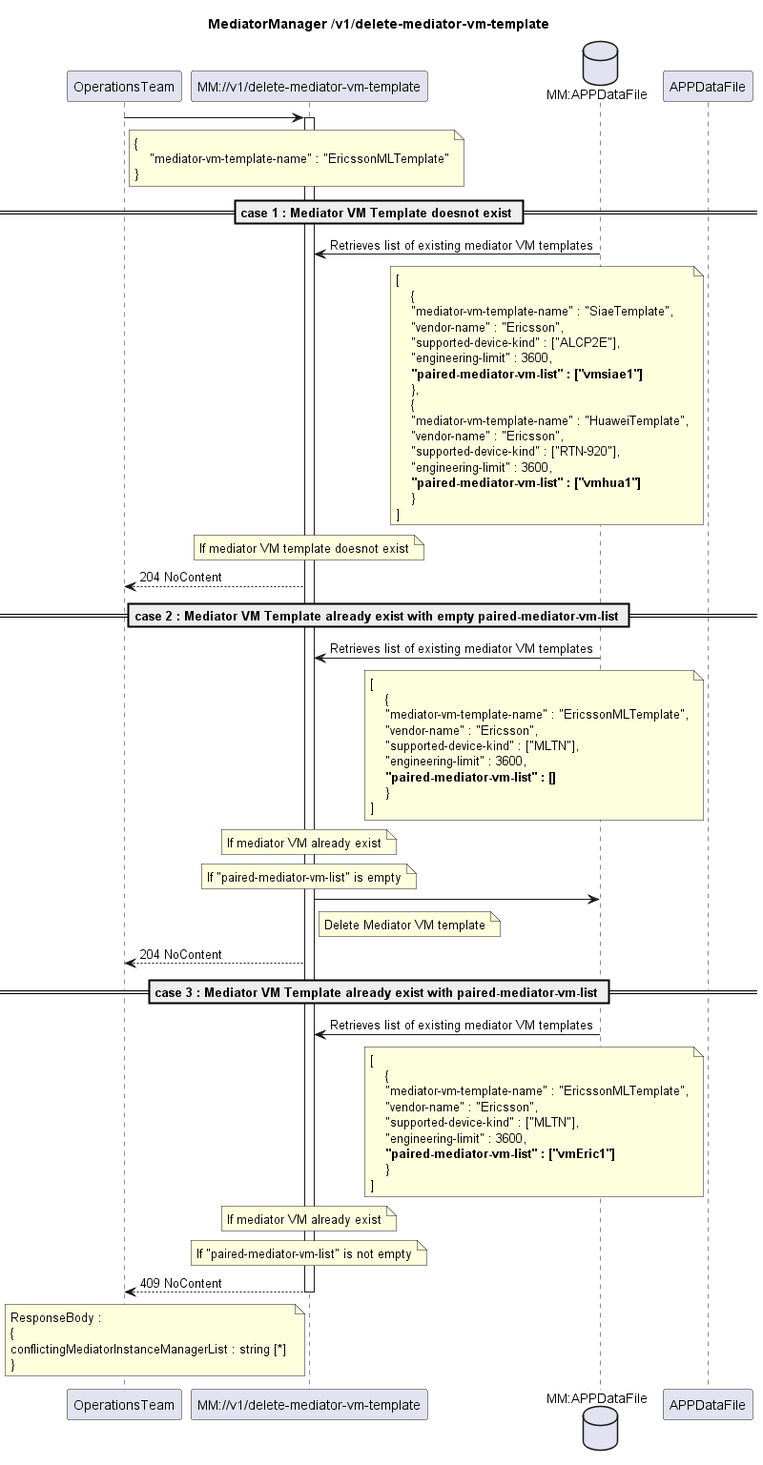
The PlantUML diagram spec/diagrams/MediatorVMtemplate/DeleteMediatorVmTemplate.png in openBackhaul/MediatorManager, before a commit. Its diagram source:
```plantuml
@startuml DeleteMediatorVmTemplate
skinparam responseMessageBelowArrow true

title
MediatorManager /v1/delete-mediator-vm-template
end title

participant "OperationsTeam" as OT
participant "MM://v1/delete-mediator-vm-template" as MM
database "MM:APPDataFile" as AppData

OT -> MM :
note right OT
    {
        "mediator-vm-template-name" : "EricssonMLTemplate"
    }
end note
activate MM

== case 1 : Mediator VM Template doesnot exist ==
AppData -> MM : Retrieves list of existing mediator VM templates
note left APPDataFile
[
    {
    "mediator-vm-template-name" : "SiaeTemplate",
    "vendor-name" : "Ericsson",
    "supported-device-kind" : ["ALCP2E"],
    "engineering-limit" : 3600,
    <b>"paired-mediator-vm-list" : ["vmsiae1"]
    },
    {
    "mediator-vm-template-name" : "HuaweiTemplate",
    "vendor-name" : "Ericsson",
    "supported-device-kind" : ["RTN-920"],
    "engineering-limit" : 3600,
    <b>"paired-mediator-vm-list" : ["vmhua1"]
    }
]
end note
note over MM
   If mediator VM template doesnot exist
end note

MM --> OT : 204 NoContent

== case 2 : Mediator VM Template already exist with empty paired-mediator-vm-list ==
AppData -> MM : Retrieves list of existing mediator VM templates
note left APPDataFile
[
    {
    "mediator-vm-template-name" : "EricssonMLTemplate",
    "vendor-name" : "Ericsson",
    "supported-device-kind" : ["MLTN"],
    "engineering-limit" : 3600,
    <b>"paired-mediator-vm-list" : []
    }
]
end note
note over MM
   If mediator VM already exist
end note
note over MM
   If "paired-mediator-vm-list" is empty
end note
MM -> AppData :
note right MM
   Delete Mediator VM template
end note
MM --> OT : 204 NoContent

== case 3 : Mediator VM Template already exist with paired-mediator-vm-list ==
AppData -> MM : Retrieves list of existing mediator VM templates
note left APPDataFile
[
    {
    "mediator-vm-template-name" : "EricssonMLTemplate",
    "vendor-name" : "Ericsson",
    "supported-device-kind" : ["MLTN"],
    "engineering-limit" : 3600,
    <b>"paired-mediator-vm-list" : ["vmEric1"]
    }
]
end note
note over MM
   If mediator VM already exist
end note
note over MM
   If "paired-mediator-vm-list" is not empty
end note

MM --> OT : 409 NoContent
note left MM
ResponseBody :
{
conflictingMediatorInstanceManagerList : string [*]
}
end note

deactivate MM

@enduml
```
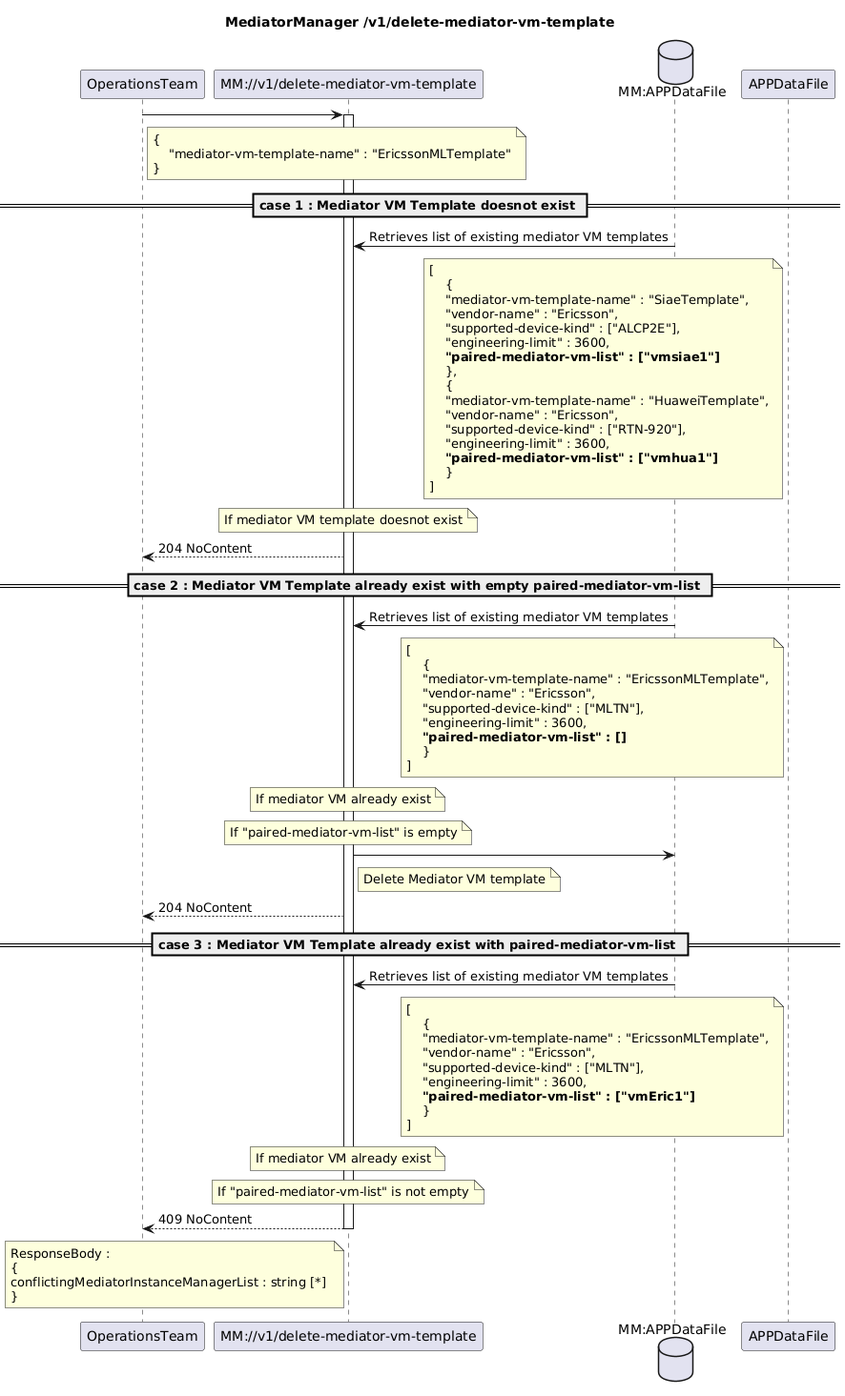
After the commit.

Diff of the diagram source:
```diff
@@ -1,4 +1,4 @@
-@startuml DeleteMediatorVmTemplate
+@startuml
 skinparam responseMessageBelowArrow true
 
 title
@@ -97,5 +97,4 @@
 end note
 
 deactivate MM
-
 @enduml
```
